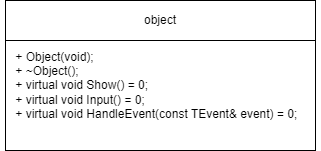
Above: 2 Семестр/Class/Лаба 8/Лаба 8 Классы.png in IlyaFedoseev227/LABS-PNRPU-IVT-22-1b (draw.io), before the change. Source tidied: cells renumbered, new cells last; positions are measured from the earlier drawing's top-left corner, leaving out a move shared by most shapes.
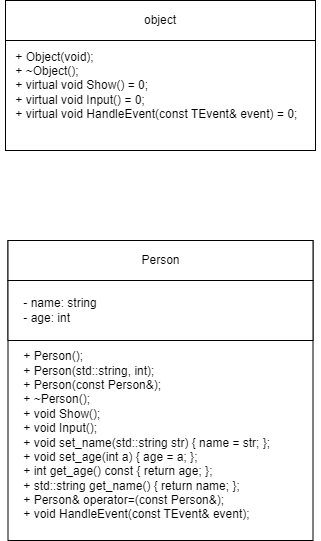
After the change.

Diff of the diagram source:
```diff
@@ -11,5 +11,20 @@
     <mxCell id="4" value="&lt;div&gt;&amp;nbsp; &amp;nbsp; + Object(void);&lt;/div&gt;&lt;div&gt;&amp;nbsp; &amp;nbsp; + ~Object();&lt;/div&gt;&lt;div&gt;&amp;nbsp; &amp;nbsp; + virtual void Show() = 0;&lt;/div&gt;&lt;div&gt;&amp;nbsp; &amp;nbsp; + virtual void Input() = 0;&lt;/div&gt;&lt;div&gt;&amp;nbsp; &amp;nbsp; + virtual void HandleEvent(const TEvent&amp;amp; event) = 0;&lt;/div&gt;" style="text;html=1;align=left;verticalAlign=middle;strokeColor=none;fillColor=none;" parent="1" vertex="1">
       <mxGeometry y="40" width="320" height="90" as="geometry" />
     </mxCell>
+    <mxCell id="5" style="rounded=0;whiteSpace=wrap;html=1;" parent="1" vertex="1">
+      <mxGeometry x="7.5" y="240" width="305" height="300" as="geometry" />
+    </mxCell>
+    <mxCell id="6" value="Person" style="rounded=0;whiteSpace=wrap;html=1;" parent="1" vertex="1">
+      <mxGeometry x="7.5" y="240" width="305" height="40" as="geometry" />
+    </mxCell>
+    <mxCell id="7" value="&lt;div&gt;&amp;nbsp; &amp;nbsp; + Person();&lt;/div&gt;&lt;div&gt;&amp;nbsp; &amp;nbsp; + Person(std::string, int);&lt;/div&gt;&lt;div&gt;&amp;nbsp; &amp;nbsp; + Person(const Person&amp;amp;);&lt;/div&gt;&lt;div&gt;&amp;nbsp; &amp;nbsp; + ~Person();&lt;/div&gt;&lt;div&gt;&amp;nbsp; &amp;nbsp; + void Show();&lt;/div&gt;&lt;div&gt;&amp;nbsp; &amp;nbsp; + void Input();&lt;/div&gt;&lt;div&gt;&amp;nbsp; &amp;nbsp; + void set_name(std::string str) { name = str; };&lt;/div&gt;&lt;div&gt;&amp;nbsp; &amp;nbsp; + void set_age(int a) { age = a; };&lt;/div&gt;&lt;div&gt;&amp;nbsp; &amp;nbsp; + int get_age() const { return age; };&lt;/div&gt;&lt;div&gt;&amp;nbsp; &amp;nbsp; + std::string get_name() { return name; };&lt;/div&gt;&lt;div&gt;&amp;nbsp; &amp;nbsp; + Person&amp;amp; operator=(const Person&amp;amp;);&lt;/div&gt;&lt;div&gt;&amp;nbsp; &amp;nbsp; + void HandleEvent(const TEvent&amp;amp; event);&lt;/div&gt;" style="text;html=1;align=left;verticalAlign=middle;strokeColor=none;fillColor=none;" parent="1" vertex="1">
+      <mxGeometry x="7.5" y="340" width="280" height="190" as="geometry" />
+    </mxCell>
+    <mxCell id="8" style="rounded=0;whiteSpace=wrap;html=1;" parent="1" vertex="1">
+      <mxGeometry x="7.5" y="280" width="305" height="60" as="geometry" />
+    </mxCell>
+    <mxCell id="9" value="&lt;div&gt;&amp;nbsp; &amp;nbsp; - name: string&lt;/div&gt;&lt;div&gt;&amp;nbsp; &amp;nbsp; - age: int&lt;/div&gt;" style="text;html=1;align=left;verticalAlign=middle;strokeColor=none;fillColor=none;" parent="1" vertex="1">
+      <mxGeometry x="7.5" y="290" width="110" height="40" as="geometry" />
+    </mxCell>
   </root>
 </mxGraphModel>
```
